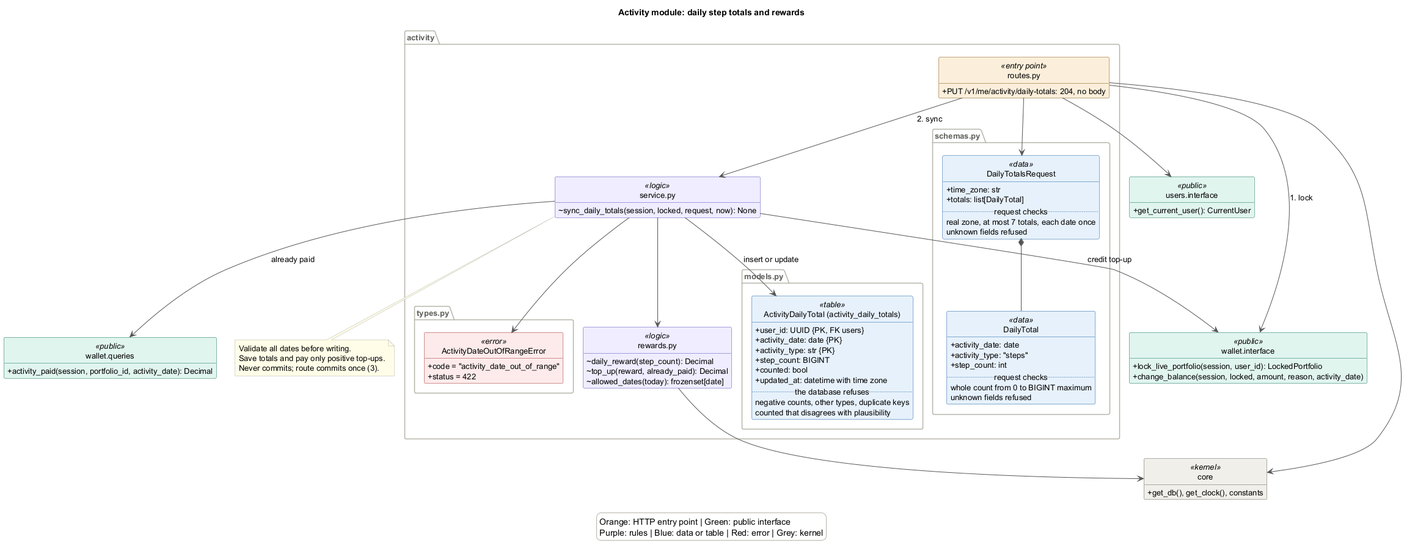
Earlier version of the PlantUML export docs/Design/SoftArchitecture/figures/activity.png (davislenover/BurnNEarn).
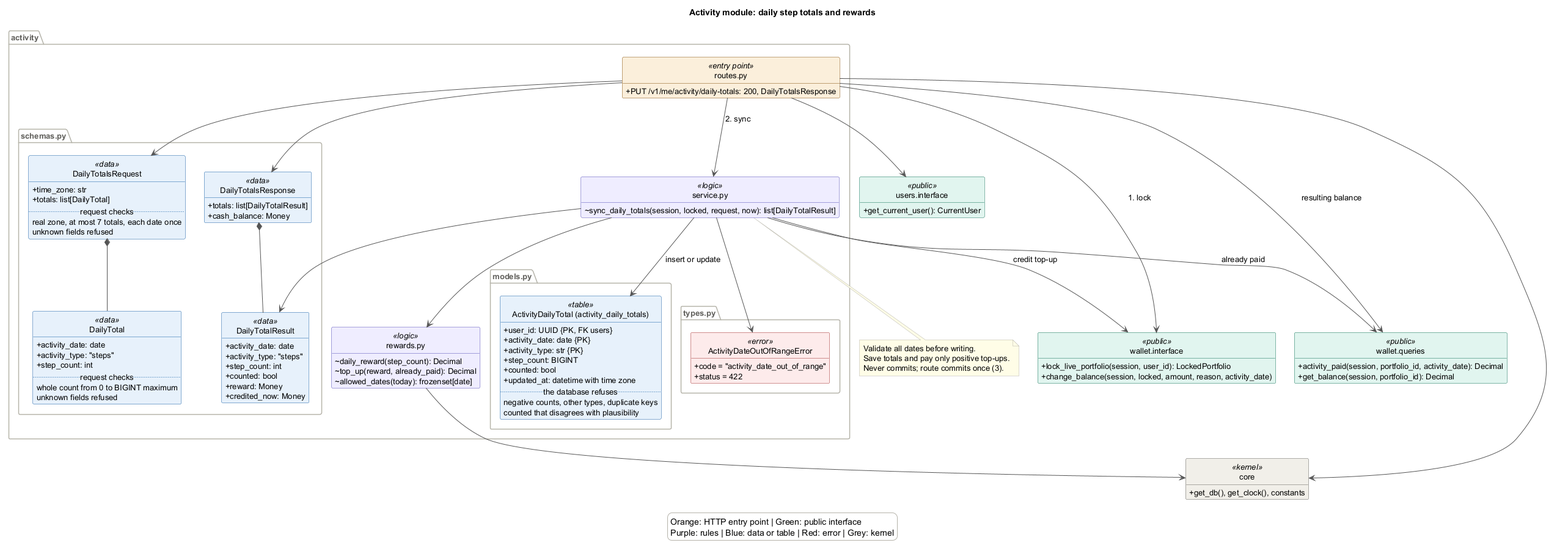
Later version of the same file.

Commit message:
Return daily reward results and updated balance after sync

Change to the diagram source:
```diff
@@ -7,10 +7,10 @@
 
 package "activity" {
   class "routes.py" as routes <<entry point>> {
-    + PUT /v1/me/activity/daily-totals: 204, no body
+    + PUT /v1/me/activity/daily-totals: 200, DailyTotalsResponse
   }
   class "service.py" as service <<logic>> {
-    ~ sync_daily_totals(session, locked, request, now): None
+    ~ sync_daily_totals(session, locked, request, now): list[DailyTotalResult]
   }
   class "rewards.py" as rewards <<logic>> {
     ~ daily_reward(step_count): Decimal
@@ -32,6 +32,18 @@
       .. request checks ..
       whole count from 0 to BIGINT maximum
       unknown fields refused
+    }
+    class DailyTotalResult <<data>> {
+      + activity_date: date
+      + activity_type: "steps"
+      + step_count: int
+      + counted: bool
+      + reward: Money
+      + credited_now: Money
+    }
+    class DailyTotalsResponse <<data>> {
+      + totals: list[DailyTotalResult]
+      + cash_balance: Money
     }
   }
   package "models.py" {
@@ -61,6 +73,7 @@
 }
 class "wallet.queries" as queries <<public>> {
   + activity_paid(session, portfolio_id, activity_date): Decimal
+  + get_balance(session, portfolio_id): Decimal
 }
 class "users.interface" as users <<public>> {
   + get_current_user(): CurrentUser
@@ -74,7 +87,11 @@
 routes --> service : 2. sync
 routes --> core
 routes --> DailyTotalsRequest
+routes --> DailyTotalsResponse
+routes --> queries : resulting balance
 DailyTotalsRequest *-- DailyTotal
+DailyTotalsResponse *-- DailyTotalResult
+service --> DailyTotalResult
 service --> rewards
 service --> queries : already paid
 service --> wallet : credit top-up
```
